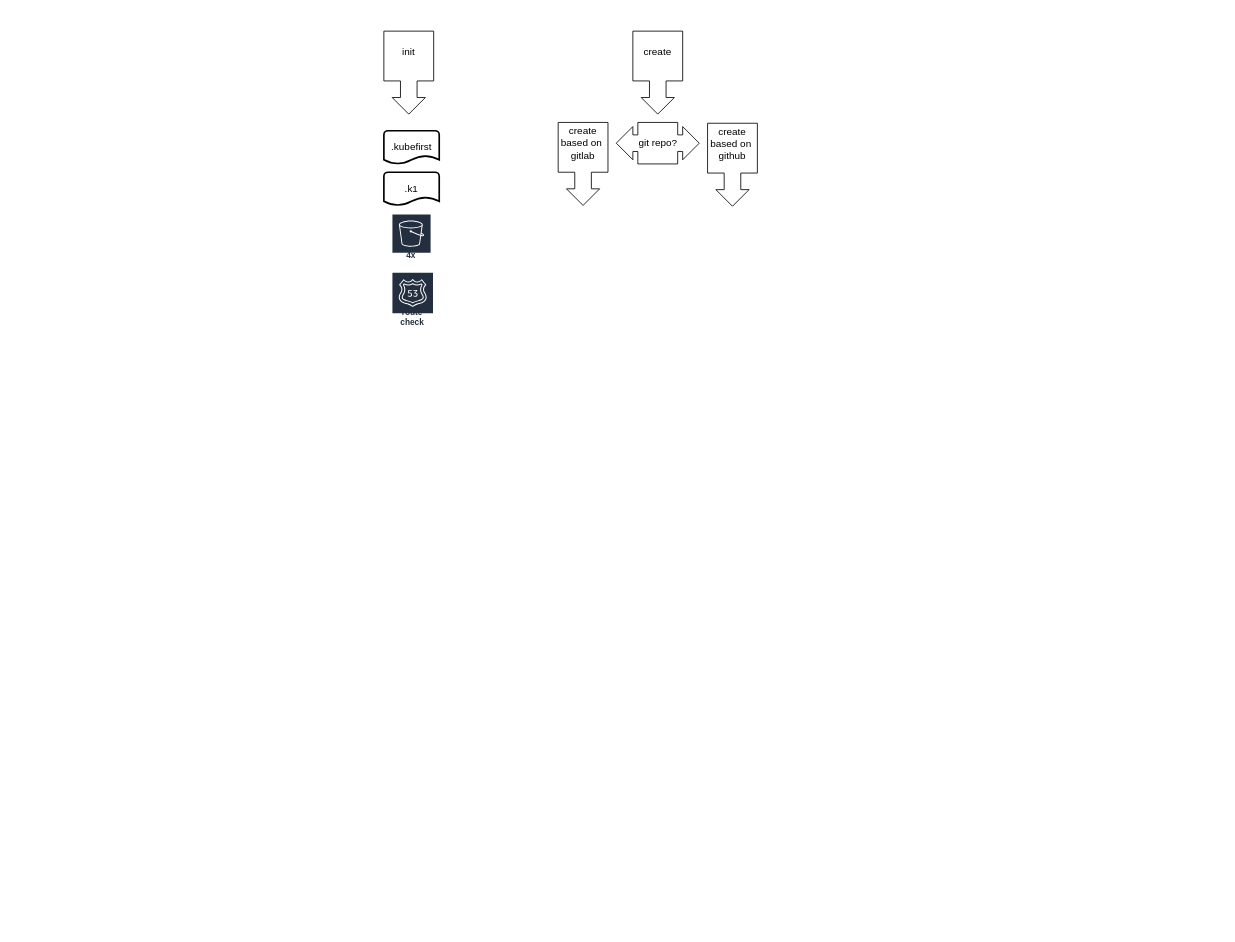
This is Installer.drawio from org-demo-6za/diagrams-kubefirst, a draw.io file, before an edit. Source tidied: cells renumbered, new cells numbered last; positions are measured from the earlier drawing's top-left corner, leaving out a move shared by most shapes. Both pictures are drawn from the tidied source at 83%, with x=0, y=0 at pixel (367, 39).
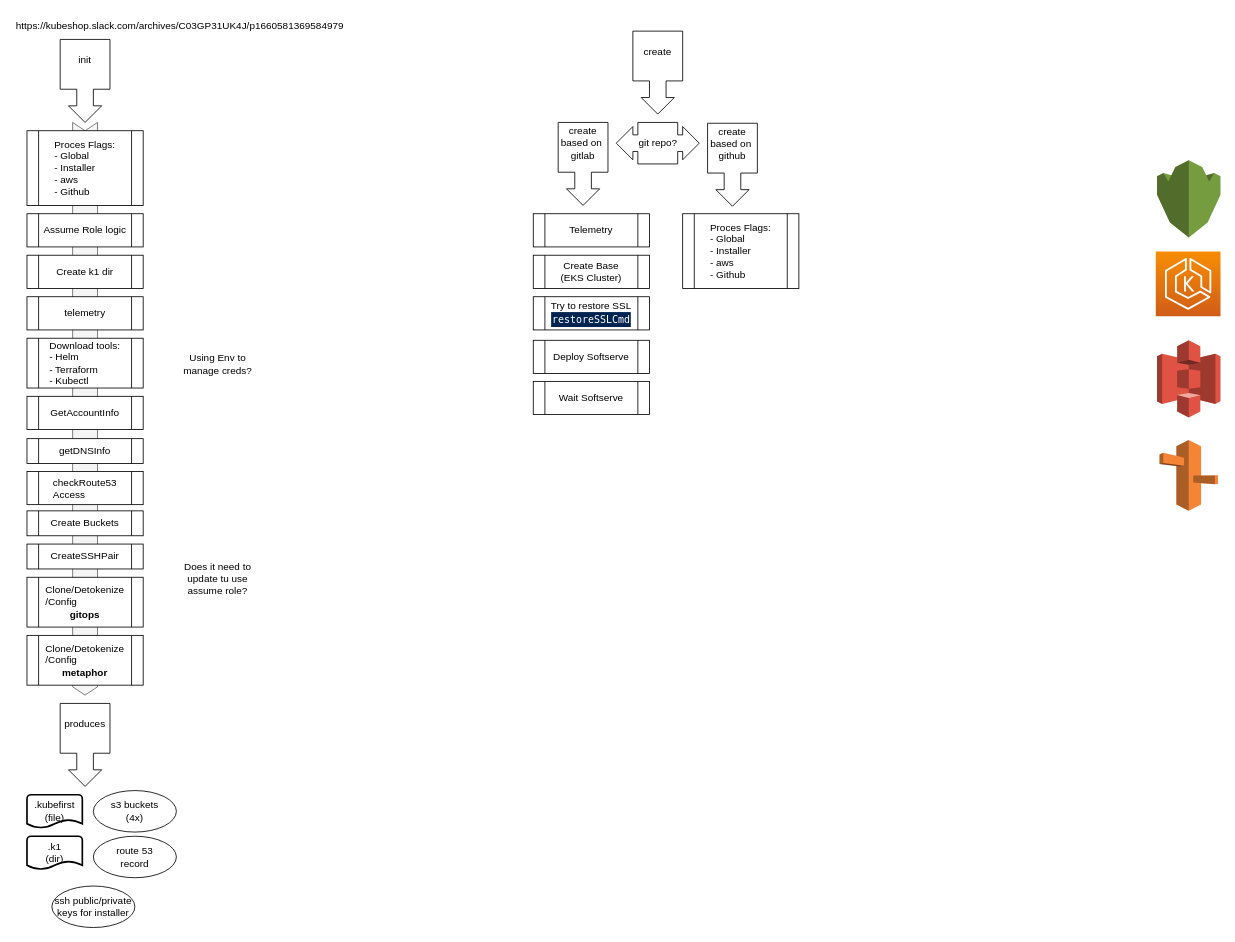
Above is the later version.

Diff of the diagram source:
```diff
@@
+    <mxCell id="15" style="html=1;shadow=0;dashed=0;align=center;verticalAlign=middle;shape=mxgraph.arrows2.arrow;dy=0;dx=10;notch=10;rotation=90;fillColor=#f5f5f5;fontColor=#333333;strokeColor=#666666;" parent="1" vertex="1">
+      <mxGeometry x="-685" y="430" width="690" height="30" as="geometry" />
+    </mxCell>
     <mxCell id="2" style="html=1;shadow=0;dashed=0;align=center;verticalAlign=middle;shape=mxgraph.arrows2.calloutArrow;dy=10;dx=20;notch=60;arrowHead=10;rotation=90;" parent="1" vertex="1">
-      <mxGeometry y="10" width="100" height="60" as="geometry" />
+      <mxGeometry x="-390" y="20" width="100" height="60" as="geometry" />
     </mxCell>
     <mxCell id="3" value="init" style="text;html=1;strokeColor=none;fillColor=none;align=center;verticalAlign=middle;whiteSpace=wrap;rounded=0;" parent="1" vertex="1">
-      <mxGeometry x="20" width="60" height="30" as="geometry" />
+      <mxGeometry x="-370" y="10" width="60" height="30" as="geometry" />
     </mxCell>
-    <mxCell id="4" value=".kubefirst" style="strokeWidth=2;html=1;shape=mxgraph.flowchart.document2;whiteSpace=wrap;size=0.25;" parent="1" vertex="1">
-      <mxGeometry x="20" y="110" width="66.7" height="40" as="geometry" />
+    <mxCell id="4" value=".kubefirst&lt;br&gt;(file)" style="strokeWidth=2;html=1;shape=mxgraph.flowchart.document2;whiteSpace=wrap;size=0.25;" parent="1" vertex="1">
+      <mxGeometry x="-410" y="910" width="66.7" height="40" as="geometry" />
     </mxCell>
-    <mxCell id="5" value=".k1" style="strokeWidth=2;html=1;shape=mxgraph.flowchart.document2;whiteSpace=wrap;size=0.25;" parent="1" vertex="1">
-      <mxGeometry x="20" y="160" width="66.7" height="40" as="geometry" />
+    <mxCell id="5" value=".k1&lt;br&gt;(dir)" style="strokeWidth=2;html=1;shape=mxgraph.flowchart.document2;whiteSpace=wrap;size=0.25;" parent="1" vertex="1">
+      <mxGeometry x="-410" y="960" width="66.7" height="40" as="geometry" />
     </mxCell>
-    <mxCell id="6" value="4x" style="sketch=0;fontColor=#232F3E;gradientColor=none;strokeColor=#ffffff;fillColor=#232F3E;dashed=0;verticalLabelPosition=middle;verticalAlign=bottom;align=center;html=1;whiteSpace=wrap;fontSize=10;fontStyle=1;spacing=3;shape=mxgraph.aws4.productIcon;prIcon=mxgraph.aws4.s3;" parent="1" vertex="1">
-      <mxGeometry x="29.3" y="210" width="48" height="60" as="geometry" />
-    </mxCell>
-    <mxCell id="7" value="route check" style="sketch=0;fontColor=#232F3E;gradientColor=none;strokeColor=#ffffff;fillColor=#232F3E;dashed=0;verticalLabelPosition=middle;verticalAlign=bottom;align=center;html=1;whiteSpace=wrap;fontSize=10;fontStyle=1;spacing=3;shape=mxgraph.aws4.productIcon;prIcon=mxgraph.aws4.route_53;" parent="1" vertex="1">
-      <mxGeometry x="29.3" y="280" width="50.9" height="70" as="geometry" />
-    </mxCell>
@@
+    <mxCell id="16" style="dashed=0;verticalLabelPosition=bottom;verticalAlign=top;align=center;html=1;shape=mxgraph.aws3.kms;fillColor=#759C3E;gradientColor=none;" parent="1" vertex="1">
+      <mxGeometry x="951.5" y="145.5" width="76.5" height="93" as="geometry" />
+    </mxCell>
+    <mxCell id="17" style="sketch=0;fontColor=#232F3E;gradientColor=#F78E04;gradientDirection=north;fillColor=#D05C17;strokeColor=#ffffff;dashed=0;verticalLabelPosition=bottom;verticalAlign=top;align=center;html=1;fontSize=12;fontStyle=0;shape=mxgraph.aws4.resourceIcon;resIcon=mxgraph.aws4.eks;" parent="1" vertex="1">
+      <mxGeometry x="950" y="255.5" width="78" height="78" as="geometry" />
+    </mxCell>
+    <mxCell id="18" style="dashed=0;verticalLabelPosition=bottom;verticalAlign=top;align=center;html=1;shape=mxgraph.aws3.s3;fillColor=#E05243;gradientColor=none;" parent="1" vertex="1">
+      <mxGeometry x="951.5" y="362.5" width="76.5" height="93" as="geometry" />
+    </mxCell>
+    <mxCell id="19" style="dashed=0;verticalLabelPosition=bottom;verticalAlign=top;align=center;html=1;shape=mxgraph.aws3.route_53;fillColor=#F58536;gradientColor=none;" parent="1" vertex="1">
+      <mxGeometry x="954.5" y="482.5" width="70.5" height="85.5" as="geometry" />
+    </mxCell>
+    <mxCell id="20" value="&lt;div style=&quot;text-align: left;&quot;&gt;&lt;span style=&quot;background-color: initial;&quot;&gt;Proces Flags:&lt;/span&gt;&lt;/div&gt;&lt;div style=&quot;text-align: left;&quot;&gt;&lt;span style=&quot;background-color: initial;&quot;&gt;- Global&lt;/span&gt;&lt;/div&gt;&lt;div style=&quot;text-align: left;&quot;&gt;&lt;span style=&quot;background-color: initial;&quot;&gt;- Installer&lt;/span&gt;&lt;/div&gt;&lt;div style=&quot;text-align: left;&quot;&gt;&lt;span style=&quot;background-color: initial;&quot;&gt;- aws&lt;/span&gt;&lt;/div&gt;&lt;div style=&quot;text-align: left;&quot;&gt;&lt;span style=&quot;background-color: initial;&quot;&gt;- Github&lt;/span&gt;&lt;/div&gt;" style="shape=process;whiteSpace=wrap;html=1;backgroundOutline=1;" parent="1" vertex="1">
+      <mxGeometry x="-410" y="110" width="140" height="90" as="geometry" />
+    </mxCell>
+    <mxCell id="21" value="&lt;div style=&quot;text-align: left;&quot;&gt;Assume Role logic&lt;/div&gt;" style="shape=process;whiteSpace=wrap;html=1;backgroundOutline=1;" parent="1" vertex="1">
+      <mxGeometry x="-410" y="210" width="140" height="40" as="geometry" />
+    </mxCell>
+    <mxCell id="22" value="Using Env to manage creds?" style="text;html=1;strokeColor=none;fillColor=none;align=center;verticalAlign=middle;whiteSpace=wrap;rounded=0;" parent="1" vertex="1">
+      <mxGeometry x="-230" y="370" width="100" height="42" as="geometry" />
+    </mxCell>
+    <mxCell id="23" value="&lt;div style=&quot;text-align: left;&quot;&gt;Create k1 dir&lt;/div&gt;" style="shape=process;whiteSpace=wrap;html=1;backgroundOutline=1;" parent="1" vertex="1">
+      <mxGeometry x="-410" y="260" width="140" height="40" as="geometry" />
+    </mxCell>
+    <mxCell id="24" value="&lt;div style=&quot;text-align: left;&quot;&gt;telemetry&lt;/div&gt;" style="shape=process;whiteSpace=wrap;html=1;backgroundOutline=1;" parent="1" vertex="1">
+      <mxGeometry x="-410" y="310" width="140" height="40" as="geometry" />
+    </mxCell>
+    <mxCell id="25" value="&lt;div style=&quot;text-align: left;&quot;&gt;Download tools:&lt;/div&gt;&lt;div style=&quot;text-align: left;&quot;&gt;- Helm&lt;/div&gt;&lt;div style=&quot;text-align: left;&quot;&gt;- Terraform&lt;/div&gt;&lt;div style=&quot;text-align: left;&quot;&gt;- Kubectl&lt;/div&gt;" style="shape=process;whiteSpace=wrap;html=1;backgroundOutline=1;" parent="1" vertex="1">
+      <mxGeometry x="-410" y="360" width="140" height="60" as="geometry" />
+    </mxCell>
+    <mxCell id="26" value="&lt;div style=&quot;text-align: left;&quot;&gt;GetAccountInfo&lt;/div&gt;" style="shape=process;whiteSpace=wrap;html=1;backgroundOutline=1;" parent="1" vertex="1">
+      <mxGeometry x="-410" y="430" width="140" height="40" as="geometry" />
+    </mxCell>
+    <mxCell id="27" value="Does it need to update tu use assume role?" style="text;html=1;strokeColor=none;fillColor=none;align=center;verticalAlign=middle;whiteSpace=wrap;rounded=0;" parent="1" vertex="1">
+      <mxGeometry x="-230" y="629" width="100" height="42" as="geometry" />
+    </mxCell>
+    <mxCell id="28" value="&lt;div style=&quot;text-align: left;&quot;&gt;getDNSInfo&lt;/div&gt;" style="shape=process;whiteSpace=wrap;html=1;backgroundOutline=1;" parent="1" vertex="1">
+      <mxGeometry x="-410" y="481" width="140" height="30" as="geometry" />
+    </mxCell>
+    <mxCell id="29" value="&lt;div style=&quot;text-align: left;&quot;&gt;checkRoute53&lt;/div&gt;&lt;div style=&quot;text-align: left;&quot;&gt;Access&lt;/div&gt;" style="shape=process;whiteSpace=wrap;html=1;backgroundOutline=1;" parent="1" vertex="1">
+      <mxGeometry x="-410" y="520.5" width="140" height="40" as="geometry" />
+    </mxCell>
+    <mxCell id="30" value="&lt;div style=&quot;text-align: left;&quot;&gt;Create Buckets&lt;/div&gt;" style="shape=process;whiteSpace=wrap;html=1;backgroundOutline=1;" parent="1" vertex="1">
+      <mxGeometry x="-410" y="568" width="140" height="30" as="geometry" />
+    </mxCell>
+    <mxCell id="31" value="&lt;div style=&quot;text-align: left;&quot;&gt;CreateSSHPair&lt;/div&gt;" style="shape=process;whiteSpace=wrap;html=1;backgroundOutline=1;" parent="1" vertex="1">
+      <mxGeometry x="-410" y="608" width="140" height="30" as="geometry" />
+    </mxCell>
+    <mxCell id="32" value="&lt;div style=&quot;text-align: left;&quot;&gt;Clone/Detokenize&lt;/div&gt;&lt;div style=&quot;text-align: left;&quot;&gt;/Config&lt;/div&gt;&lt;div style=&quot;&quot;&gt;&lt;b&gt;gitops&lt;/b&gt;&lt;/div&gt;" style="shape=process;whiteSpace=wrap;html=1;backgroundOutline=1;" parent="1" vertex="1">
+      <mxGeometry x="-410" y="648" width="140" height="60" as="geometry" />
+    </mxCell>
+    <mxCell id="33" value="&lt;div style=&quot;text-align: left;&quot;&gt;Clone/Detokenize&lt;/div&gt;&lt;div style=&quot;text-align: left;&quot;&gt;/Config&lt;/div&gt;&lt;div style=&quot;&quot;&gt;&lt;b&gt;metaphor&lt;/b&gt;&lt;br&gt;&lt;/div&gt;" style="shape=process;whiteSpace=wrap;html=1;backgroundOutline=1;" parent="1" vertex="1">
+      <mxGeometry x="-410" y="718" width="140" height="60" as="geometry" />
+    </mxCell>
+    <mxCell id="34" style="edgeStyle=orthogonalEdgeStyle;rounded=0;orthogonalLoop=1;jettySize=auto;html=1;exitX=0.5;exitY=1;exitDx=0;exitDy=0;" parent="1" edge="1" source="21" target="21">
+      <mxGeometry relative="1" as="geometry" />
+    </mxCell>
+    <mxCell id="35" style="html=1;shadow=0;dashed=0;align=center;verticalAlign=middle;shape=mxgraph.arrows2.calloutArrow;dy=10;dx=20;notch=60;arrowHead=10;rotation=90;" parent="1" vertex="1">
+      <mxGeometry x="-390" y="820" width="100" height="60" as="geometry" />
+    </mxCell>
+    <mxCell id="36" value="produces" style="text;html=1;strokeColor=none;fillColor=none;align=center;verticalAlign=middle;whiteSpace=wrap;rounded=0;" parent="1" vertex="1">
+      <mxGeometry x="-370" y="810" width="60" height="30" as="geometry" />
+    </mxCell>
+    <mxCell id="37" value="s3 buckets&lt;br&gt;(4x)" style="ellipse;whiteSpace=wrap;html=1;" parent="1" vertex="1">
+      <mxGeometry x="-330" y="905" width="100" height="50" as="geometry" />
+    </mxCell>
+    <mxCell id="38" value="route 53&lt;br&gt;record" style="ellipse;whiteSpace=wrap;html=1;" parent="1" vertex="1">
+      <mxGeometry x="-330" y="960" width="100" height="50" as="geometry" />
+    </mxCell>
+    <mxCell id="39" value="ssh public/private&lt;br&gt;keys for installer" style="ellipse;whiteSpace=wrap;html=1;" parent="1" vertex="1">
+      <mxGeometry x="-380" y="1020" width="100" height="50" as="geometry" />
+    </mxCell>
+    <mxCell id="40" value="https://kubeshop.slack.com/archives/C03GP31UK4J/p1660581369584979" style="text;whiteSpace=wrap;html=1;" parent="1" vertex="1">
+      <mxGeometry x="-425" y="-30" width="430" height="40" as="geometry" />
+    </mxCell>
+    <mxCell id="41" value="&lt;div style=&quot;text-align: left;&quot;&gt;&lt;span style=&quot;background-color: initial;&quot;&gt;Proces Flags:&lt;/span&gt;&lt;/div&gt;&lt;div style=&quot;text-align: left;&quot;&gt;&lt;span style=&quot;background-color: initial;&quot;&gt;- Global&lt;/span&gt;&lt;/div&gt;&lt;div style=&quot;text-align: left;&quot;&gt;&lt;span style=&quot;background-color: initial;&quot;&gt;- Installer&lt;/span&gt;&lt;/div&gt;&lt;div style=&quot;text-align: left;&quot;&gt;&lt;span style=&quot;background-color: initial;&quot;&gt;- aws&lt;/span&gt;&lt;/div&gt;&lt;div style=&quot;text-align: left;&quot;&gt;&lt;span style=&quot;background-color: initial;&quot;&gt;- Github&lt;/span&gt;&lt;/div&gt;" style="shape=process;whiteSpace=wrap;html=1;backgroundOutline=1;" parent="1" vertex="1">
+      <mxGeometry x="380" y="210" width="140" height="90" as="geometry" />
+    </mxCell>
+    <mxCell id="42" value="&lt;div style=&quot;text-align: left;&quot;&gt;Telemetry&lt;/div&gt;" style="shape=process;whiteSpace=wrap;html=1;backgroundOutline=1;" parent="1" vertex="1">
+      <mxGeometry x="200" y="210" width="140" height="40" as="geometry" />
+    </mxCell>
+    <mxCell id="43" value="&lt;div style=&quot;&quot;&gt;Create Base&lt;/div&gt;&lt;div style=&quot;&quot;&gt;(EKS Cluster)&lt;/div&gt;" style="shape=process;whiteSpace=wrap;html=1;backgroundOutline=1;align=center;" parent="1" vertex="1">
+      <mxGeometry x="200" y="260" width="140" height="40" as="geometry" />
+    </mxCell>
+    <mxCell id="44" value="&lt;div style=&quot;&quot;&gt;Try to restore SSL&lt;/div&gt;&lt;div style=&quot;&quot;&gt;&lt;div style=&quot;color: rgb(255, 255, 255); background-color: rgb(0, 36, 81); font-family: Menlo, Monaco, &amp;quot;Courier New&amp;quot;, monospace; line-height: 18px;&quot;&gt;restoreSSLCmd&lt;/div&gt;&lt;/div&gt;" style="shape=process;whiteSpace=wrap;html=1;backgroundOutline=1;align=center;" parent="1" vertex="1">
+      <mxGeometry x="200" y="310" width="140" height="40" as="geometry" />
+    </mxCell>
+    <mxCell id="45" value="&lt;div style=&quot;&quot;&gt;Deploy Softserve&lt;/div&gt;" style="shape=process;whiteSpace=wrap;html=1;backgroundOutline=1;align=center;" parent="1" vertex="1">
+      <mxGeometry x="200" y="362.5" width="140" height="40" as="geometry" />
+    </mxCell>
+    <mxCell id="46" value="&lt;div style=&quot;&quot;&gt;Wait Softserve&lt;/div&gt;" style="shape=process;whiteSpace=wrap;html=1;backgroundOutline=1;align=center;" parent="1" vertex="1">
+      <mxGeometry x="200" y="412" width="140" height="40" as="geometry" />
+    </mxCell>
```
